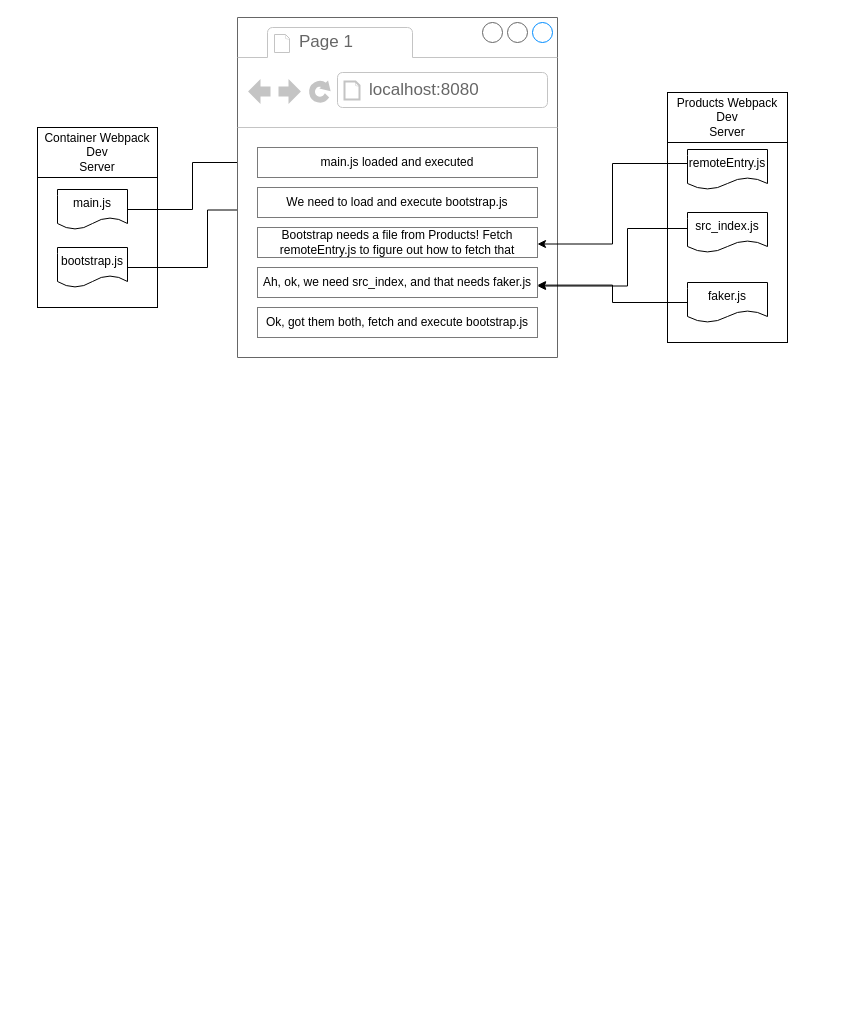
Before: page "Integration" (3 of 3) of ui/micro/integration/Frontend-Integration.drawio in afflato/system, a draw.io diagram. Source tidied: cells renumbered, new cells numbered last; positions are measured from the earlier drawing's top-left corner, leaving out a move shared by most shapes. Both pictures are drawn from the tidied source at 100%, with x=0, y=0 at pixel (37, 17).
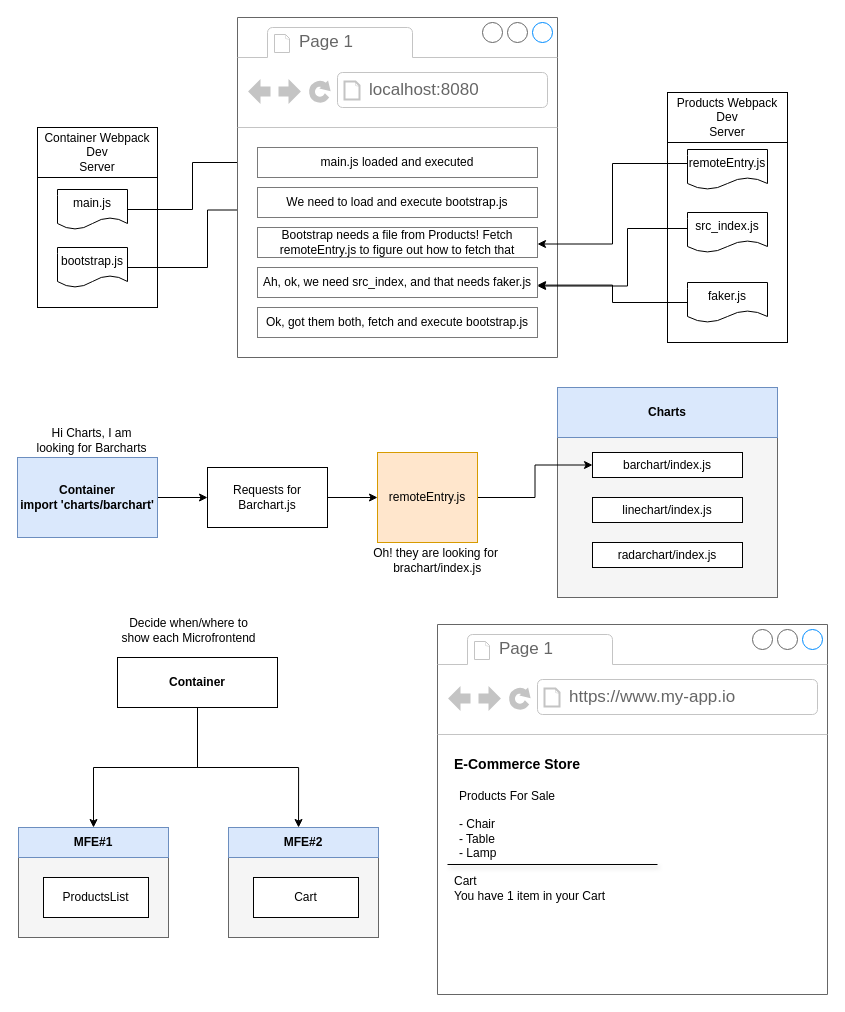
The same diagram, later.

What changed in the source:
```diff
@@
+    <mxCell id="24" style="edgeStyle=orthogonalEdgeStyle;rounded=0;jettySize=auto;html=1;" parent="1" edge="1" source="25" target="27">
+      <mxGeometry relative="1" as="geometry" />
+    </mxCell>
+    <mxCell id="25" value="&lt;b&gt;Container &lt;br&gt;import 'charts/barchart'&lt;/b&gt;" style="rounded=0;whiteSpace=wrap;html=1;fillColor=#dae8fc;strokeColor=#6c8ebf;" parent="1" vertex="1">
+      <mxGeometry x="-20" y="440" width="140" height="80" as="geometry" />
+    </mxCell>
+    <mxCell id="26" style="edgeStyle=orthogonalEdgeStyle;rounded=0;jettySize=auto;html=1;" parent="1" edge="1" source="27" target="30">
+      <mxGeometry relative="1" as="geometry" />
+    </mxCell>
+    <mxCell id="27" value="Requests for Barchart.js" style="rounded=0;whiteSpace=wrap;html=1;" parent="1" vertex="1">
+      <mxGeometry x="170" y="450" width="120" height="60" as="geometry" />
+    </mxCell>
+    <mxCell id="28" style="rounded=0;whiteSpace=wrap;html=1;fillColor=#f5f5f5;fontColor=#333333;strokeColor=#666666;" parent="1" vertex="1">
+      <mxGeometry x="520" y="370" width="220" height="210" as="geometry" />
+    </mxCell>
+    <mxCell id="29" style="edgeStyle=orthogonalEdgeStyle;rounded=0;jettySize=auto;html=1;entryX=0;entryY=0.5;entryDx=0;entryDy=0;" parent="1" edge="1" source="30" target="32">
+      <mxGeometry relative="1" as="geometry" />
+    </mxCell>
+    <mxCell id="30" value="remoteEntry.js" style="rounded=0;whiteSpace=wrap;html=1;fillColor=#ffe6cc;strokeColor=#d79b00;" parent="1" vertex="1">
+      <mxGeometry x="340" y="435" width="100" height="90" as="geometry" />
+    </mxCell>
+    <mxCell id="31" value="&lt;b&gt;Charts&lt;/b&gt;" style="rounded=0;whiteSpace=wrap;html=1;fillColor=#dae8fc;strokeColor=#6c8ebf;" parent="1" vertex="1">
+      <mxGeometry x="520" y="370" width="220" height="50" as="geometry" />
+    </mxCell>
+    <mxCell id="32" value="barchart/index.js" style="rounded=0;whiteSpace=wrap;html=1;" parent="1" vertex="1">
+      <mxGeometry x="555" y="435" width="150" height="25" as="geometry" />
+    </mxCell>
+    <mxCell id="33" value="linechart/index.js" style="rounded=0;whiteSpace=wrap;html=1;" parent="1" vertex="1">
+      <mxGeometry x="555" y="480" width="150" height="25" as="geometry" />
+    </mxCell>
+    <mxCell id="34" value="radarchart/index.js" style="rounded=0;whiteSpace=wrap;html=1;" parent="1" vertex="1">
+      <mxGeometry x="555" y="525" width="150" height="25" as="geometry" />
+    </mxCell>
+    <mxCell id="35" value="Hi Charts, I am &lt;br&gt;looking for Barcharts&lt;br&gt;" style="text;html=1;align=center;verticalAlign=middle;strokeColor=none;fillColor=none;" parent="1" vertex="1">
+      <mxGeometry x="-11" y="403" width="130" height="40" as="geometry" />
+    </mxCell>
+    <mxCell id="36" value="Oh! they are looking for&lt;br&gt;&amp;nbsp;brachart/index.js" style="text;html=1;align=center;verticalAlign=middle;strokeColor=none;fillColor=none;" parent="1" vertex="1">
+      <mxGeometry x="323" y="523" width="150" height="40" as="geometry" />
+    </mxCell>
+    <mxCell id="37" style="edgeStyle=orthogonalEdgeStyle;rounded=0;jettySize=auto;html=1;" parent="1" edge="1" source="38" target="40">
+      <mxGeometry relative="1" as="geometry" />
+    </mxCell>
+    <mxCell id="38" value="&lt;b&gt;Container&lt;/b&gt;" style="rounded=0;whiteSpace=wrap;html=1;" parent="1" vertex="1">
+      <mxGeometry x="80" y="640" width="160" height="50" as="geometry" />
+    </mxCell>
+    <mxCell id="39" style="rounded=0;whiteSpace=wrap;html=1;fillColor=#f5f5f5;fontColor=#333333;strokeColor=#666666;" parent="1" vertex="1">
+      <mxGeometry x="-19" y="810" width="150" height="110" as="geometry" />
+    </mxCell>
+    <mxCell id="40" value="&lt;b&gt;MFE#1&lt;/b&gt;" style="rounded=0;whiteSpace=wrap;html=1;fillColor=#dae8fc;strokeColor=#6c8ebf;" parent="1" vertex="1">
+      <mxGeometry x="-19" y="810" width="150" height="30" as="geometry" />
+    </mxCell>
+    <mxCell id="41" value="ProductsList" style="rounded=0;whiteSpace=wrap;html=1;" parent="1" vertex="1">
+      <mxGeometry x="6" y="860" width="105" height="40" as="geometry" />
+    </mxCell>
+    <mxCell id="42" style="rounded=0;whiteSpace=wrap;html=1;fillColor=#f5f5f5;fontColor=#333333;strokeColor=#666666;" parent="1" vertex="1">
+      <mxGeometry x="191" y="810" width="150" height="110" as="geometry" />
+    </mxCell>
+    <mxCell id="43" value="&lt;b&gt;MFE#2&lt;/b&gt;" style="rounded=0;whiteSpace=wrap;html=1;fillColor=#dae8fc;strokeColor=#6c8ebf;" parent="1" vertex="1">
+      <mxGeometry x="191" y="810" width="150" height="30" as="geometry" />
+    </mxCell>
+    <mxCell id="44" value="Cart" style="rounded=0;whiteSpace=wrap;html=1;" parent="1" vertex="1">
+      <mxGeometry x="216" y="860" width="105" height="40" as="geometry" />
+    </mxCell>
+    <mxCell id="45" style="edgeStyle=orthogonalEdgeStyle;rounded=0;jettySize=auto;html=1;entryX=0.467;entryY=0;entryDx=0;entryDy=0;entryPerimeter=0;" parent="1" edge="1" source="38" target="43">
+      <mxGeometry relative="1" as="geometry" />
+    </mxCell>
+    <mxCell id="46" value="Decide when/where to &lt;br&gt;show each Microfrontend" style="text;html=1;align=center;verticalAlign=middle;strokeColor=none;fillColor=none;" parent="1" vertex="1">
+      <mxGeometry x="71" y="593" width="160" height="40" as="geometry" />
+    </mxCell>
+    <mxCell id="47" style="strokeWidth=1;shadow=0;dashed=0;align=center;html=1;shape=mxgraph.mockup.containers.browserWindow;rSize=0;strokeColor=#666666;strokeColor2=#008cff;strokeColor3=#c4c4c4;mainText=,;" parent="1" vertex="1">
+      <mxGeometry x="400" y="607" width="390" height="370" as="geometry" />
+    </mxCell>
+    <mxCell id="48" value="Page 1" style="strokeWidth=1;shadow=0;dashed=0;align=center;html=1;shape=mxgraph.mockup.containers.anchor;fontSize=17;fontColor=#666666;align=left;whiteSpace=wrap;" parent="47" vertex="1">
+      <mxGeometry x="60" y="12" width="110" height="26" as="geometry" />
+    </mxCell>
+    <mxCell id="49" value="https://www.my-app.io" style="strokeWidth=1;shadow=0;dashed=0;align=center;html=1;shape=mxgraph.mockup.containers.anchor;rSize=0;fontSize=17;fontColor=#666666;align=left;" parent="47" vertex="1">
+      <mxGeometry x="130" y="60" width="250" height="26" as="geometry" />
+    </mxCell>
+    <mxCell id="50" value="&lt;font style=&quot;font-size: 14px;&quot;&gt;&lt;b&gt;E-Commerce Store&lt;/b&gt;&lt;/font&gt;" style="text;html=1;strokeColor=none;fillColor=none;align=center;verticalAlign=middle;whiteSpace=wrap;rounded=0;" parent="47" vertex="1">
+      <mxGeometry x="10" y="120" width="140" height="40" as="geometry" />
+    </mxCell>
+    <mxCell id="51" value="&lt;span style=&quot;background-color: initial;&quot;&gt;Products For Sale&lt;/span&gt;&lt;br&gt;&lt;div style=&quot;&quot;&gt;&lt;br&gt;&lt;/div&gt;&lt;blockquote style=&quot;margin: 0 0 0 40px; border: none; padding: 0px;&quot;&gt;&lt;/blockquote&gt;&lt;span style=&quot;background-color: initial;&quot;&gt;- Chair&lt;/span&gt;&lt;span style=&quot;background-color: initial;&quot;&gt;&lt;br&gt;- Table&lt;/span&gt;&lt;br&gt;&lt;div style=&quot;&quot;&gt;&lt;span style=&quot;background-color: initial;&quot;&gt;- Lamp&lt;/span&gt;&lt;/div&gt;" style="text;html=1;strokeColor=none;fillColor=none;align=left;verticalAlign=middle;whiteSpace=wrap;rounded=0;" parent="47" vertex="1">
+      <mxGeometry x="20" y="150" width="160" height="100" as="geometry" />
+    </mxCell>
+    <mxCell id="52" style="endArrow=none;html=1;rounded=0;shadow=1;strokeWidth=1;" parent="47" edge="1">
+      <mxGeometry relative="1" as="geometry">
+        <mxPoint x="10" y="240" as="sourcePoint" />
+        <mxPoint x="220" y="240" as="targetPoint" />
+      </mxGeometry>
+    </mxCell>
+    <mxCell id="53" value="Cart&lt;br&gt;You have 1 item in your Cart" style="text;html=1;strokeColor=none;fillColor=none;align=left;verticalAlign=middle;whiteSpace=wrap;rounded=0;" parent="47" vertex="1">
+      <mxGeometry x="15" y="249" width="210" height="30" as="geometry" />
+    </mxCell>
```
